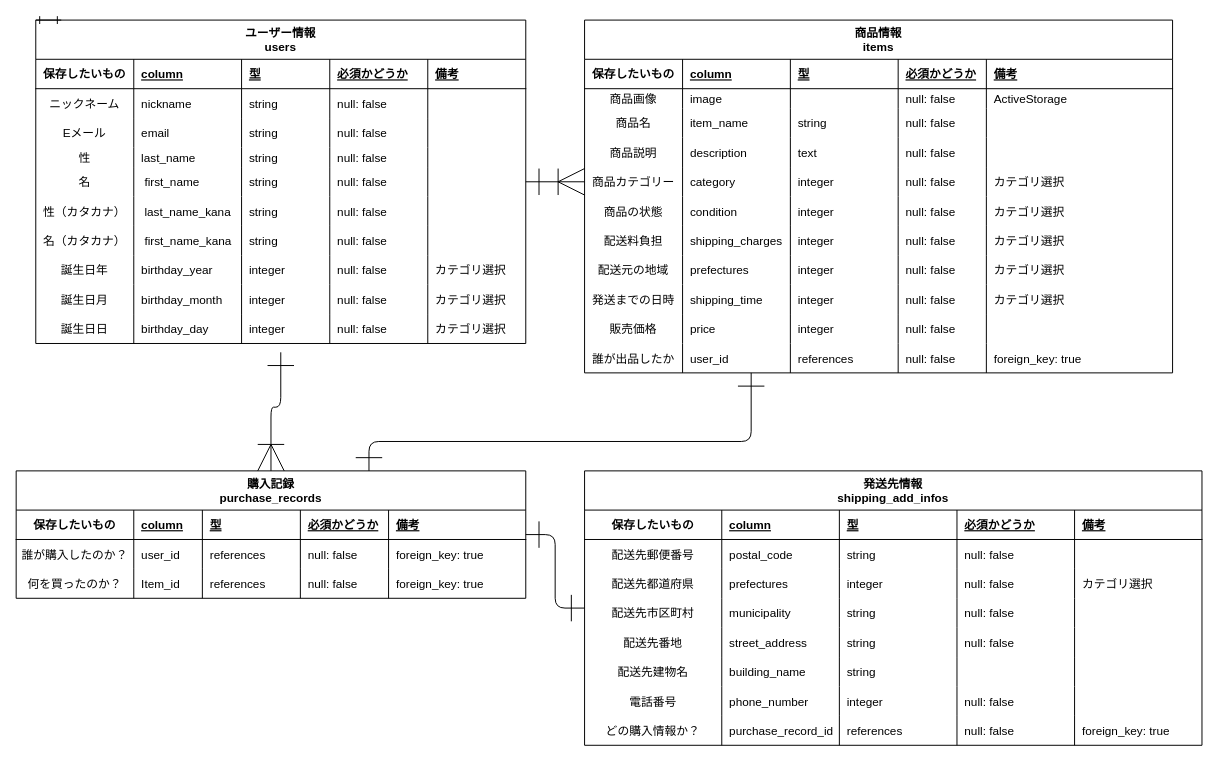
Before: ER図.drawio in DEXIZA/furima-35503, a draw.io diagram. Source tidied: cells renumbered, new cells numbered last; positions are measured from the earlier drawing's top-left corner, leaving out a move shared by most shapes. Both pictures are drawn from the tidied source at 98%, with x=0, y=0 at pixel (16, 20).
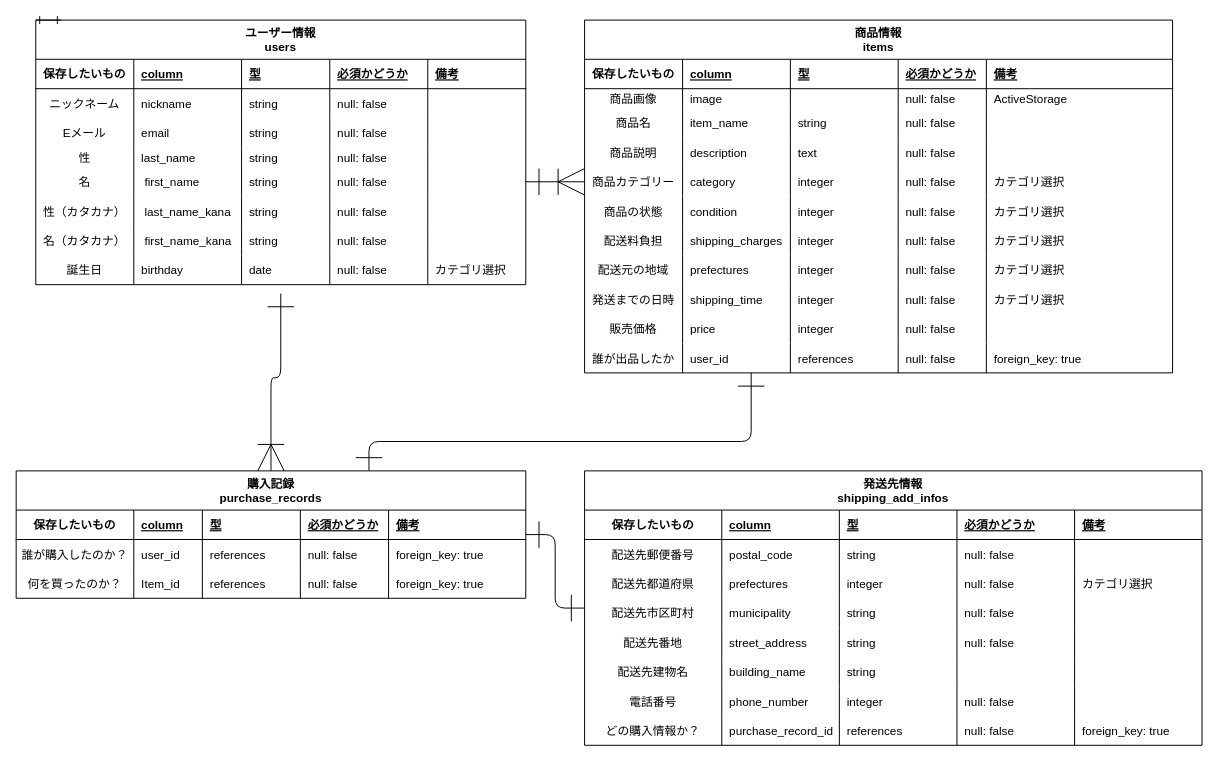
Above is the later version.

Commit message (it also covers changes not shown here):
コードレビューで頂いた修正内容の修正

The change refers to these unchanged cells:
```xml
<mxCell id="45" style="shape=partialRectangle;fillColor=none;top=0;left=0;bottom=0;right=0;" parent="2" vertex="1">
  <mxGeometry y="240" width="500" height="30" as="geometry" />
</mxCell>
```

Change to the diagram source:
```diff
@@
     <mxCell id="2" value="ユーザー情報&#10;users" style="shape=table;startSize=40;childLayout=tableLayout;rowLines=0;fontStyle=1;align=center;" parent="1" vertex="1">
-      <mxGeometry x="20" width="500" height="330" as="geometry" />
+      <mxGeometry x="20" width="500" height="270" as="geometry" />
     </mxCell>
@@
-    <mxCell id="46" value="誕生日年" style="shape=partialRectangle;fillColor=none;top=0;left=0;bottom=0;right=0;overflow=hidden;" parent="45" vertex="1">
+    <mxCell id="46" value="誕生日" style="shape=partialRectangle;fillColor=none;top=0;left=0;bottom=0;right=0;overflow=hidden;" parent="45" vertex="1">
       <mxGeometry width="100" height="30" as="geometry" />
     </mxCell>
-    <mxCell id="47" value="birthday_year" style="shape=partialRectangle;fillColor=none;top=0;left=0;bottom=0;right=0;align=left;spacingLeft=6;overflow=hidden;" parent="45" vertex="1">
+    <mxCell id="47" value="birthday" style="shape=partialRectangle;fillColor=none;top=0;left=0;bottom=0;right=0;align=left;spacingLeft=6;overflow=hidden;" parent="45" vertex="1">
       <mxGeometry x="100" width="110" height="30" as="geometry" />
     </mxCell>
-    <mxCell id="48" value="integer" style="shape=partialRectangle;fillColor=none;top=0;left=0;bottom=0;right=0;align=left;spacingLeft=6;overflow=hidden;" parent="45" vertex="1">
+    <mxCell id="48" value="date" style="shape=partialRectangle;fillColor=none;top=0;left=0;bottom=0;right=0;align=left;spacingLeft=6;overflow=hidden;" parent="45" vertex="1">
       <mxGeometry x="210" width="90" height="30" as="geometry" />
     </mxCell>
@@
-    <mxCell id="51" style="shape=partialRectangle;fillColor=none;top=0;left=0;bottom=0;right=0;" parent="2" vertex="1">
-      <mxGeometry y="270" width="500" height="30" as="geometry" />
-    </mxCell>
-    <mxCell id="52" value="誕生日月" style="shape=partialRectangle;fillColor=none;top=0;left=0;bottom=0;right=0;overflow=hidden;" parent="51" vertex="1">
-      <mxGeometry width="100" height="30" as="geometry" />
-    </mxCell>
-    <mxCell id="53" value="birthday_month" style="shape=partialRectangle;fillColor=none;top=0;left=0;bottom=0;right=0;align=left;spacingLeft=6;overflow=hidden;" parent="51" vertex="1">
-      <mxGeometry x="100" width="110" height="30" as="geometry" />
-    </mxCell>
-    <mxCell id="54" value="integer" style="shape=partialRectangle;fillColor=none;top=0;left=0;bottom=0;right=0;align=left;spacingLeft=6;overflow=hidden;" parent="51" vertex="1">
-      <mxGeometry x="210" width="90" height="30" as="geometry" />
-    </mxCell>
-    <mxCell id="55" value="null: false" style="shape=partialRectangle;fillColor=none;top=0;left=0;bottom=0;right=0;align=left;spacingLeft=6;overflow=hidden;" parent="51" vertex="1">
-      <mxGeometry x="300" width="100" height="30" as="geometry" />
-    </mxCell>
-    <mxCell id="56" value="カテゴリ選択" style="shape=partialRectangle;fillColor=none;top=0;left=0;bottom=0;right=0;align=left;spacingLeft=6;overflow=hidden;" parent="51" vertex="1">
-      <mxGeometry x="400" width="100" height="30" as="geometry" />
-    </mxCell>
-    <mxCell id="57" style="shape=partialRectangle;fillColor=none;top=0;left=0;bottom=0;right=0;" parent="2" vertex="1">
-      <mxGeometry y="300" width="500" height="30" as="geometry" />
-    </mxCell>
-    <mxCell id="58" value="誕生日日" style="shape=partialRectangle;fillColor=none;top=0;left=0;bottom=0;right=0;overflow=hidden;" parent="57" vertex="1">
-      <mxGeometry width="100" height="30" as="geometry" />
-    </mxCell>
-    <mxCell id="59" value="birthday_day" style="shape=partialRectangle;fillColor=none;top=0;left=0;bottom=0;right=0;align=left;spacingLeft=6;overflow=hidden;" parent="57" vertex="1">
-      <mxGeometry x="100" width="110" height="30" as="geometry" />
-    </mxCell>
-    <mxCell id="60" value="integer" style="shape=partialRectangle;fillColor=none;top=0;left=0;bottom=0;right=0;align=left;spacingLeft=6;overflow=hidden;" parent="57" vertex="1">
-      <mxGeometry x="210" width="90" height="30" as="geometry" />
-    </mxCell>
-    <mxCell id="61" value="null: false" style="shape=partialRectangle;fillColor=none;top=0;left=0;bottom=0;right=0;align=left;spacingLeft=6;overflow=hidden;" parent="57" vertex="1">
-      <mxGeometry x="300" width="100" height="30" as="geometry" />
-    </mxCell>
-    <mxCell id="62" value="カテゴリ選択" style="shape=partialRectangle;fillColor=none;top=0;left=0;bottom=0;right=0;align=left;spacingLeft=6;overflow=hidden;" parent="57" vertex="1">
-      <mxGeometry x="400" width="100" height="30" as="geometry" />
-    </mxCell>
```
